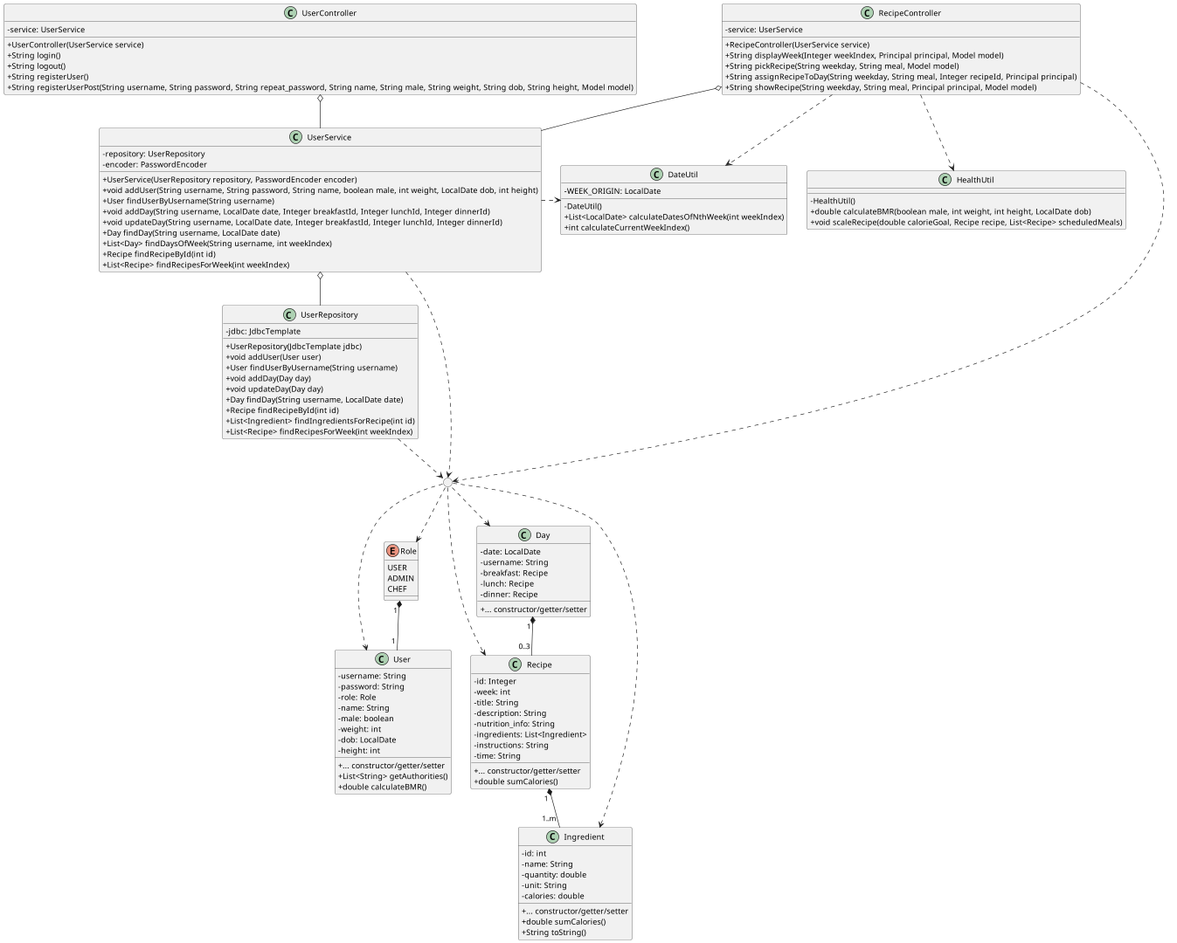
Earlier version of the PlantUML export diagram/class-diagram.png (sofush/kostplan).
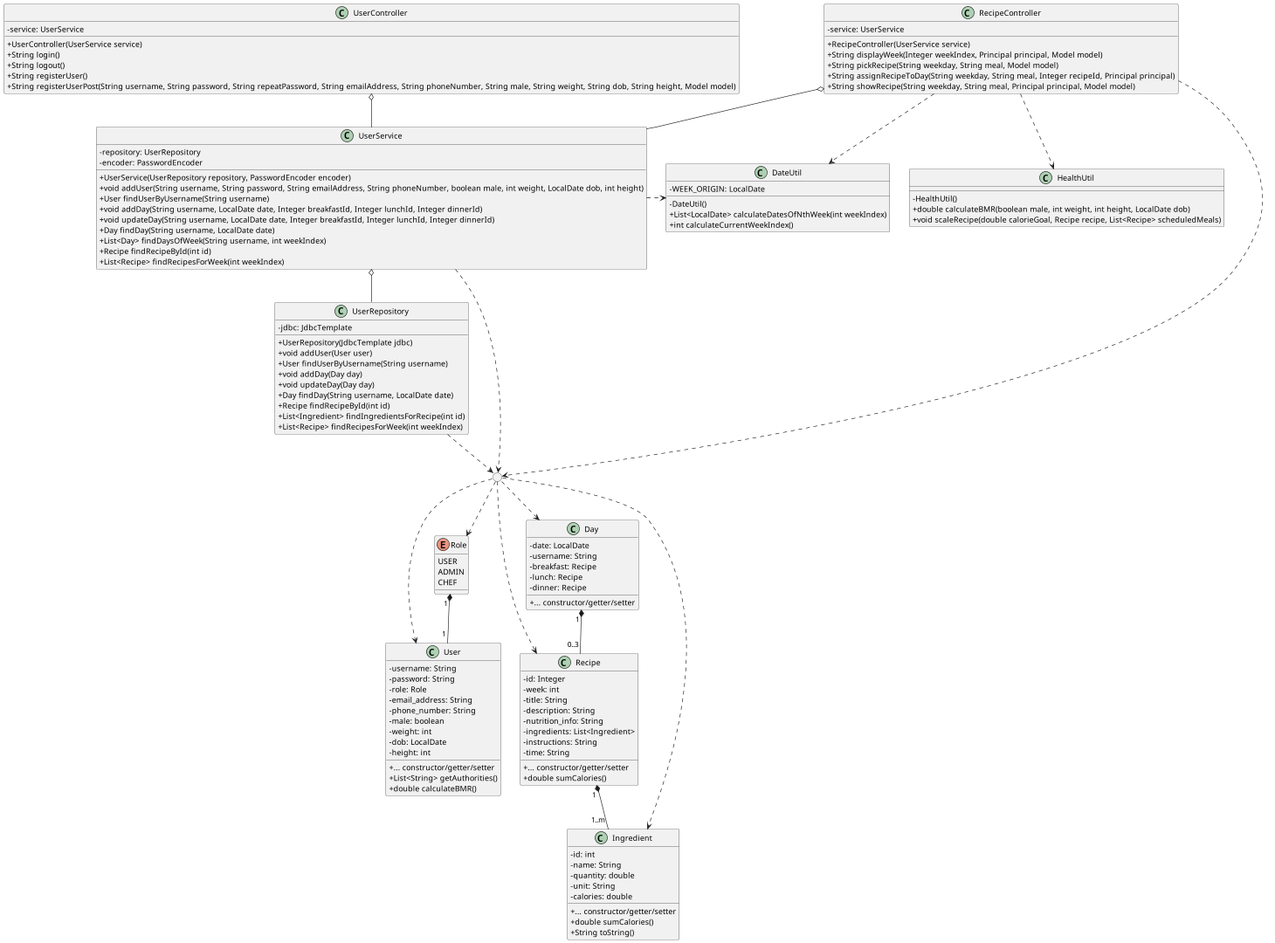
After the commit.

What changed in the source:
```diff
@@ -10,7 +10,8 @@
 	- username: String
 	- password: String
 	- role: Role
-	- name: String
+	- email_address: String
+	- phone_number: String
 	- male: boolean
 	- weight: int
 	- dob: LocalDate
@@ -55,7 +56,7 @@
 	+ String login()
 	+ String logout()
 	+ String registerUser()
-	+ String registerUserPost(String username, String password, String repeat_password, String name, String male, String weight, String dob, String height, Model model)
+	+ String registerUserPost(String username, String password, String repeatPassword, String emailAddress, String phoneNumber, String male, String weight, String dob, String height, Model model)
 }
 class RecipeController {
 	- service: UserService
@@ -69,7 +70,7 @@
 	- repository: UserRepository
 	- encoder: PasswordEncoder
 	+ UserService(UserRepository repository, PasswordEncoder encoder)
-	+ void addUser(String username, String password, String name, boolean male, int weight, LocalDate dob, int height)
+	+ void addUser(String username, String password, String emailAddress, String phoneNumber, boolean male, int weight, LocalDate dob, int height)
 	+ User findUserByUsername(String username)
 	+ void addDay(String username, LocalDate date, Integer breakfastId, Integer lunchId, Integer dinnerId)
 	+ void updateDay(String username, LocalDate date, Integer breakfastId, Integer lunchId, Integer dinnerId)
```
